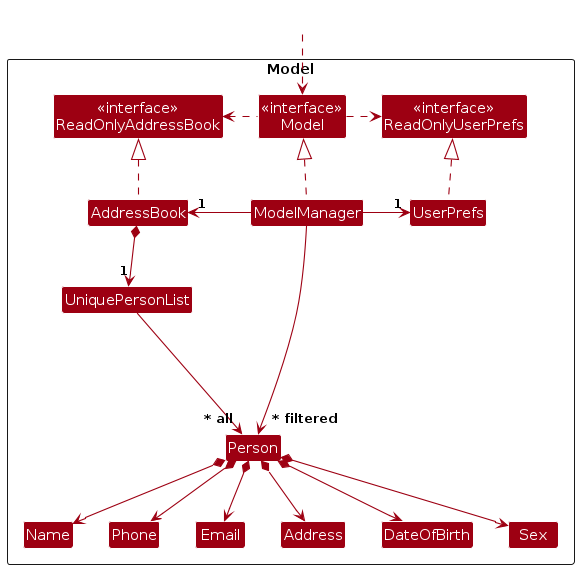
The PlantUML diagram diagrams/ModelClassDiagram.png in AY2324S2-CS2103T-T14-2/tp, before a commit. Its source is kept beside it as diagrams/ModelClassDiagram.puml. The source it was exported from:
```plantuml
@startuml
!include style.puml
skinparam arrowThickness 1.1
skinparam arrowColor MODEL_COLOR
skinparam classBackgroundColor MODEL_COLOR

Package Model as ModelPackage <<Rectangle>>{
Class "<<interface>>\nReadOnlyAddressBook" as ReadOnlyAddressBook
Class "<<interface>>\nReadOnlyUserPrefs" as ReadOnlyUserPrefs
Class "<<interface>>\nModel" as Model
Class AddressBook
Class ModelManager
Class UserPrefs

Class UniquePersonList
Class Person
Class Address
Class Email
Class Name
Class Phone
Class DateOfBirth
Class Sex

Class I #FFFFFF
}

Class HiddenOutside #FFFFFF
HiddenOutside ..> Model

AddressBook .up.|> ReadOnlyAddressBook

ModelManager .up.|> Model
Model .right.> ReadOnlyUserPrefs
Model .left.> ReadOnlyAddressBook
ModelManager -left-> "1" AddressBook
ModelManager -right-> "1" UserPrefs
UserPrefs .up.|> ReadOnlyUserPrefs

AddressBook *--> "1" UniquePersonList
UniquePersonList --> "~* all" Person
Person *--> Name
Person *--> Phone
Person *--> Email
Person *--> Address
Person *--> DateOfBirth
Person *--> Sex

Person -[hidden]up--> I
UniquePersonList -[hidden]right-> I

Name -[hidden]right-> Phone
Phone -[hidden]right-> Email
Email -[hidden]right-> Address
Address -[hidden]right-> DateOfBirth
DateOfBirth -[hidden]right-> Sex

ModelManager --> "~* filtered" Person
@enduml
```
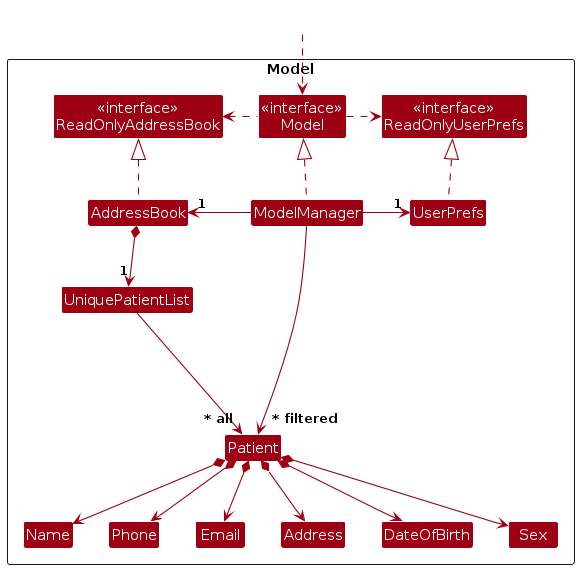
The same file after the commit.

Diff of the diagram source:
```diff
@@ -12,8 +12,8 @@
 Class ModelManager
 Class UserPrefs
 
-Class UniquePersonList
-Class Person
+Class UniquePatientList
+Class Patient
 Class Address
 Class Email
 Class Name
@@ -36,17 +36,17 @@
 ModelManager -right-> "1" UserPrefs
 UserPrefs .up.|> ReadOnlyUserPrefs
 
-AddressBook *--> "1" UniquePersonList
-UniquePersonList --> "~* all" Person
-Person *--> Name
-Person *--> Phone
-Person *--> Email
-Person *--> Address
-Person *--> DateOfBirth
-Person *--> Sex
+AddressBook *--> "1" UniquePatientList
+UniquePatientList --> "~* all" Patient
+Patient *--> Name
+Patient *--> Phone
+Patient *--> Email
+Patient *--> Address
+Patient *--> DateOfBirth
+Patient *--> Sex
 
-Person -[hidden]up--> I
-UniquePersonList -[hidden]right-> I
+Patient -[hidden]up--> I
+UniquePatientList -[hidden]right-> I
 
 Name -[hidden]right-> Phone
 Phone -[hidden]right-> Email
@@ -54,5 +54,5 @@
 Address -[hidden]right-> DateOfBirth
 DateOfBirth -[hidden]right-> Sex
 
-ModelManager --> "~* filtered" Person
+ModelManager --> "~* filtered" Patient
 @enduml
```
